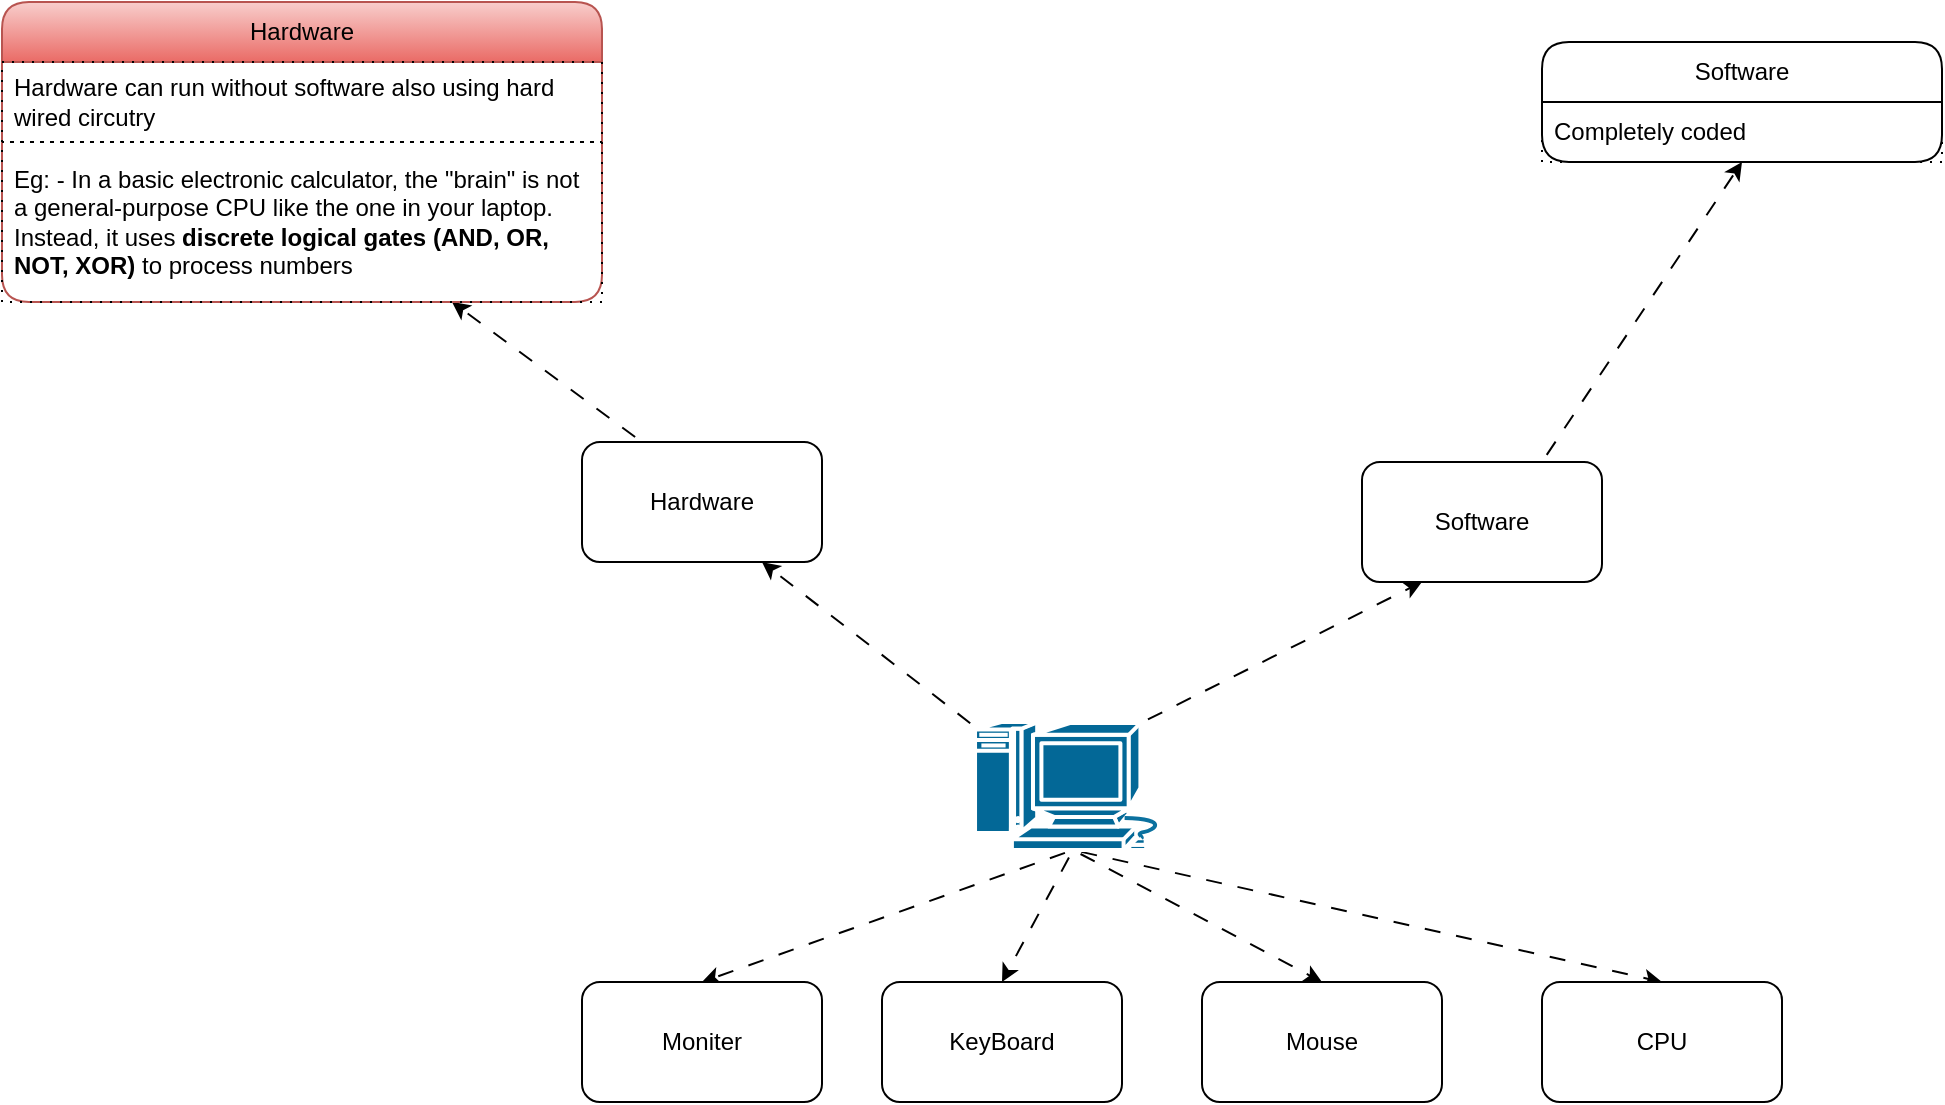
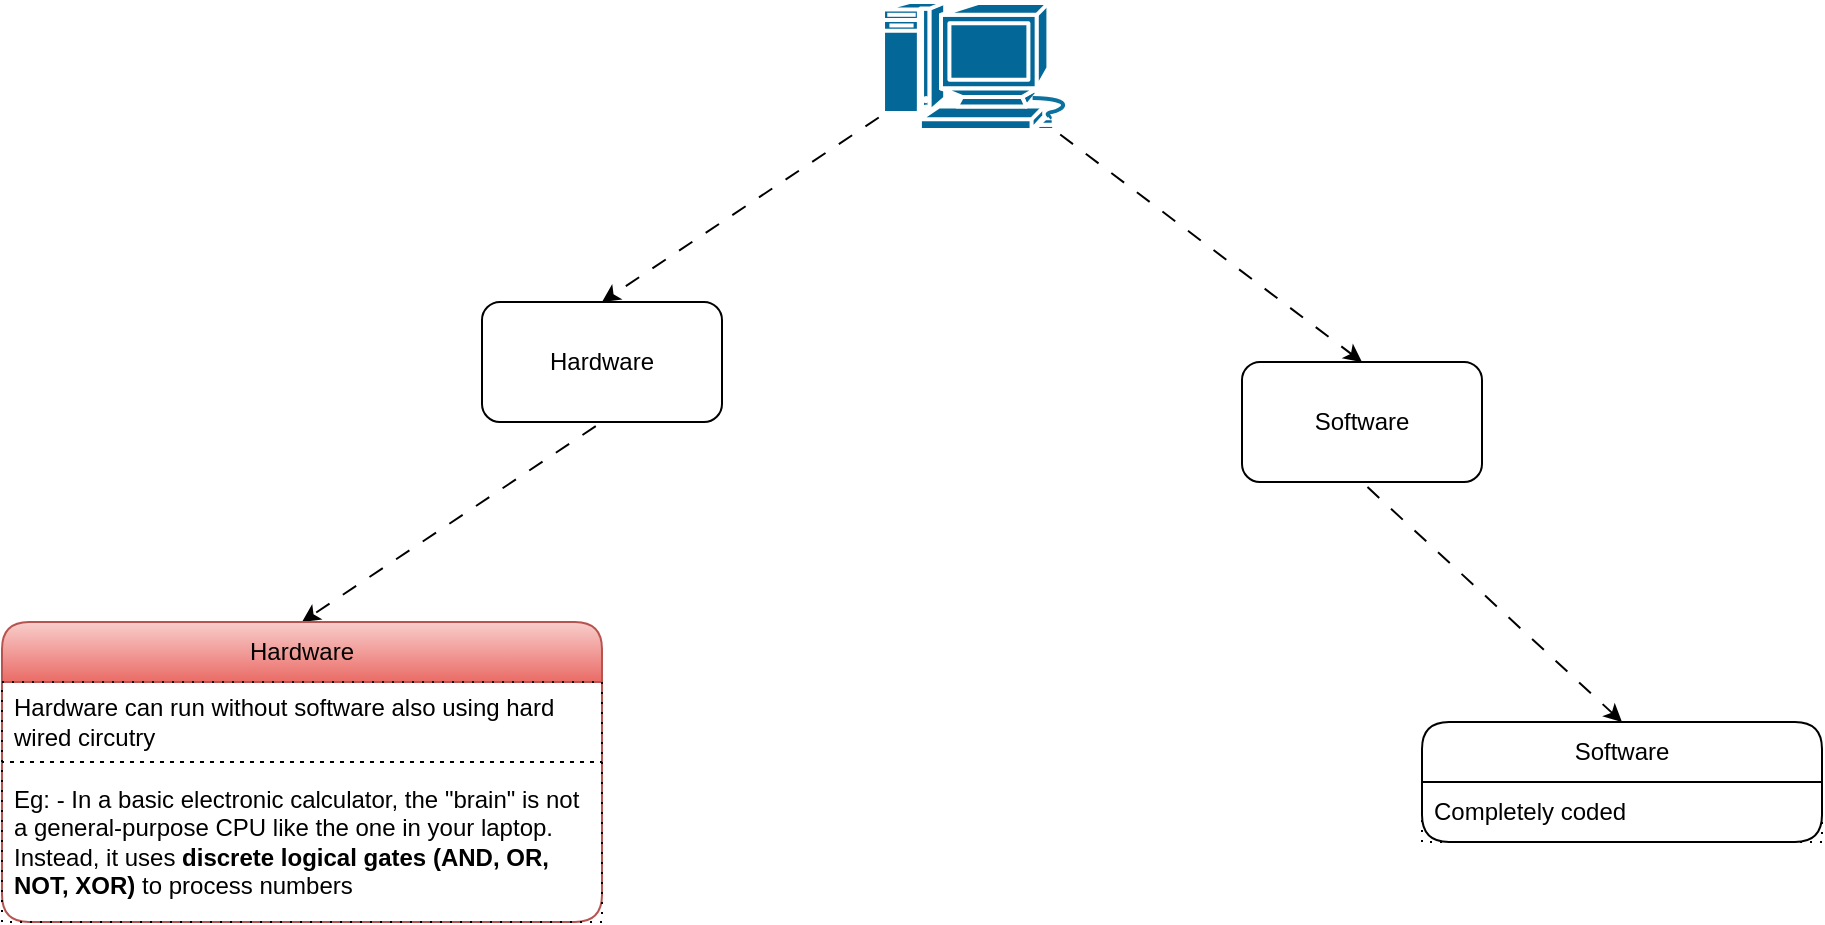
<mxfile host="65bd71144e">
    <diagram id="ct0dpXkGuODHKhltfRkP" name="Page-1">
-         <mxGraphModel dx="1791" dy="1762" grid="1" gridSize="10" guides="1" tooltips="1" connect="1" arrows="1" fold="1" page="1" pageScale="1" pageWidth="850" pageHeight="1100" math="0" shadow="0">
+         <mxGraphModel dx="1541" dy="1600" grid="1" gridSize="10" guides="1" tooltips="1" connect="1" arrows="1" fold="1" page="1" pageScale="1" pageWidth="850" pageHeight="1100" math="0" shadow="0">
            <root>
                <mxCell id="0"/>
                <mxCell id="1" parent="0"/>
-                 <mxCell id="3" style="edgeStyle=none;html=1;exitX=0.5;exitY=1;exitDx=0;exitDy=0;exitPerimeter=0;entryX=0.5;entryY=0;entryDx=0;entryDy=0;flowAnimation=1;" parent="1" source="2" target="4" edge="1">
-                     <mxGeometry relative="1" as="geometry">
-                         <mxPoint x="320" y="330" as="targetPoint"/>
-                     </mxGeometry>
-                 </mxCell>
-                 <mxCell id="6" style="edgeStyle=none;html=1;exitX=0.5;exitY=1;exitDx=0;exitDy=0;exitPerimeter=0;entryX=0.5;entryY=0;entryDx=0;entryDy=0;flowAnimation=1;" parent="1" source="2" target="5" edge="1">
-                     <mxGeometry relative="1" as="geometry"/>
-                 </mxCell>
-                 <mxCell id="8" style="edgeStyle=none;html=1;exitX=0.5;exitY=1;exitDx=0;exitDy=0;exitPerimeter=0;entryX=0.5;entryY=0;entryDx=0;entryDy=0;flowAnimation=1;" parent="1" source="2" target="7" edge="1">
-                     <mxGeometry relative="1" as="geometry"/>
-                 </mxCell>
-                 <mxCell id="9" style="edgeStyle=none;html=1;exitX=0.5;exitY=1;exitDx=0;exitDy=0;exitPerimeter=0;entryX=0.5;entryY=0;entryDx=0;entryDy=0;flowAnimation=1;" parent="1" source="2" target="10" edge="1">
-                     <mxGeometry relative="1" as="geometry">
-                         <mxPoint x="680" y="340" as="targetPoint"/>
-                     </mxGeometry>
-                 </mxCell>
-                 <mxCell id="11" style="edgeStyle=none;html=1;exitX=0.015;exitY=0.05;exitDx=0;exitDy=0;exitPerimeter=0;entryX=0.75;entryY=1;entryDx=0;entryDy=0;flowAnimation=1;" edge="1" parent="1" source="2" target="12">
+                 <mxCell id="11" style="edgeStyle=none;html=1;exitX=0.015;exitY=0.87;exitDx=0;exitDy=0;exitPerimeter=0;entryX=0.5;entryY=0;entryDx=0;entryDy=0;flowAnimation=1;" parent="1" source="2" target="12" edge="1">
                    <mxGeometry relative="1" as="geometry">
                        <mxPoint x="300" y="140" as="targetPoint"/>
                    </mxGeometry>
                </mxCell>
-                 <mxCell id="14" style="edgeStyle=none;html=1;exitX=0.84;exitY=0.01;exitDx=0;exitDy=0;exitPerimeter=0;entryX=0.25;entryY=1;entryDx=0;entryDy=0;flowAnimation=1;" edge="1" parent="1" source="2" target="13">
+                 <mxCell id="14" style="edgeStyle=none;html=1;exitX=0.87;exitY=1;exitDx=0;exitDy=0;exitPerimeter=0;entryX=0.5;entryY=0;entryDx=0;entryDy=0;flowAnimation=1;" parent="1" source="2" target="13" edge="1">
                    <mxGeometry relative="1" as="geometry"/>
                </mxCell>
                <mxCell id="2" value="" style="shape=mxgraph.cisco.computers_and_peripherals.macintosh;html=1;pointerEvents=1;dashed=0;fillColor=#036897;strokeColor=#ffffff;strokeWidth=2;verticalLabelPosition=bottom;verticalAlign=top;align=center;outlineConnect=0;" parent="1" vertex="1">
-                     <mxGeometry x="376" y="200" width="99" height="64" as="geometry"/>
+                     <mxGeometry x="370" y="-150" width="99" height="64" as="geometry"/>
                </mxCell>
-                 <mxCell id="4" value="Moniter" style="rounded=1;whiteSpace=wrap;html=1;" parent="1" vertex="1">
-                     <mxGeometry x="180" y="330" width="120" height="60" as="geometry"/>
-                 </mxCell>
-                 <mxCell id="5" value="KeyBoard" style="rounded=1;whiteSpace=wrap;html=1;" parent="1" vertex="1">
-                     <mxGeometry x="330" y="330" width="120" height="60" as="geometry"/>
-                 </mxCell>
-                 <mxCell id="7" value="Mouse" style="rounded=1;whiteSpace=wrap;html=1;" parent="1" vertex="1">
-                     <mxGeometry x="490" y="330" width="120" height="60" as="geometry"/>
-                 </mxCell>
-                 <mxCell id="10" value="CPU" style="rounded=1;whiteSpace=wrap;html=1;" parent="1" vertex="1">
-                     <mxGeometry x="660" y="330" width="120" height="60" as="geometry"/>
-                 </mxCell>
-                 <mxCell id="22" style="edgeStyle=none;html=1;exitX=0.25;exitY=0;exitDx=0;exitDy=0;entryX=0.75;entryY=1;entryDx=0;entryDy=0;flowAnimation=1;" edge="1" parent="1" source="12" target="20">
+                 <mxCell id="22" style="edgeStyle=none;html=1;exitX=0.5;exitY=1;exitDx=0;exitDy=0;entryX=0.5;entryY=0;entryDx=0;entryDy=0;flowAnimation=1;" parent="1" source="12" target="20" edge="1">
                    <mxGeometry relative="1" as="geometry">
                        <mxPoint x="170" y="-40" as="targetPoint"/>
                    </mxGeometry>
                </mxCell>
-                 <mxCell id="12" value="Hardware" style="rounded=1;whiteSpace=wrap;html=1;" vertex="1" parent="1">
-                     <mxGeometry x="180" y="60" width="120" height="60" as="geometry"/>
+                 <mxCell id="12" value="Hardware" style="rounded=1;whiteSpace=wrap;html=1;" parent="1" vertex="1">
+                     <mxGeometry x="170" width="120" height="60" as="geometry"/>
                </mxCell>
-                 <mxCell id="19" style="edgeStyle=none;html=1;exitX=0.75;exitY=0;exitDx=0;exitDy=0;entryX=0.5;entryY=1;entryDx=0;entryDy=0;flowAnimation=1;" edge="1" parent="1" source="13" target="15">
+                 <mxCell id="19" style="edgeStyle=none;html=1;exitX=0.5;exitY=1;exitDx=0;exitDy=0;entryX=0.5;entryY=0;entryDx=0;entryDy=0;flowAnimation=1;" parent="1" source="13" target="15" edge="1">
                    <mxGeometry relative="1" as="geometry"/>
                </mxCell>
-                 <mxCell id="13" value="Software" style="rounded=1;whiteSpace=wrap;html=1;" vertex="1" parent="1">
-                     <mxGeometry x="570" y="70" width="120" height="60" as="geometry"/>
+                 <mxCell id="13" value="Software" style="rounded=1;whiteSpace=wrap;html=1;" parent="1" vertex="1">
+                     <mxGeometry x="550" y="30" width="120" height="60" as="geometry"/>
                </mxCell>
-                 <mxCell id="15" value="Software" style="swimlane;fontStyle=0;childLayout=stackLayout;horizontal=1;startSize=30;horizontalStack=0;resizeParent=1;resizeParentMax=0;resizeLast=0;collapsible=1;marginBottom=0;whiteSpace=wrap;html=1;rounded=1;" vertex="1" parent="1">
-                     <mxGeometry x="660" y="-140" width="200" height="60" as="geometry">
+                 <mxCell id="15" value="Software" style="swimlane;fontStyle=0;childLayout=stackLayout;horizontal=1;startSize=30;horizontalStack=0;resizeParent=1;resizeParentMax=0;resizeLast=0;collapsible=1;marginBottom=0;whiteSpace=wrap;html=1;rounded=1;" parent="1" vertex="1">
+                     <mxGeometry x="640" y="210" width="200" height="60" as="geometry">
                        <mxRectangle x="720" y="-110" width="90" height="30" as="alternateBounds"/>
                    </mxGeometry>
                </mxCell>
-                 <mxCell id="16" value="Completely coded" style="text;strokeColor=default;fillColor=none;align=left;verticalAlign=middle;spacingLeft=4;spacingRight=4;overflow=hidden;points=[[0,0.5],[1,0.5]];portConstraint=eastwest;rotatable=0;whiteSpace=wrap;html=1;dashed=1;dashPattern=1 4;" vertex="1" parent="15">
+                 <mxCell id="16" value="Completely coded" style="text;strokeColor=default;fillColor=none;align=left;verticalAlign=middle;spacingLeft=4;spacingRight=4;overflow=hidden;points=[[0,0.5],[1,0.5]];portConstraint=eastwest;rotatable=0;whiteSpace=wrap;html=1;dashed=1;dashPattern=1 4;" parent="15" vertex="1">
                    <mxGeometry y="30" width="200" height="30" as="geometry"/>
                </mxCell>
-                 <mxCell id="20" value="Hardware" style="swimlane;fontStyle=0;childLayout=stackLayout;horizontal=1;startSize=30;horizontalStack=0;resizeParent=1;resizeParentMax=0;resizeLast=0;collapsible=1;marginBottom=0;whiteSpace=wrap;html=1;rounded=1;fillColor=#f8cecc;gradientColor=#ea6b66;strokeColor=#b85450;" vertex="1" parent="1">
-                     <mxGeometry x="-110" y="-160" width="300" height="150" as="geometry">
+                 <mxCell id="20" value="Hardware" style="swimlane;fontStyle=0;childLayout=stackLayout;horizontal=1;startSize=30;horizontalStack=0;resizeParent=1;resizeParentMax=0;resizeLast=0;collapsible=1;marginBottom=0;whiteSpace=wrap;html=1;rounded=1;fillColor=#f8cecc;gradientColor=#ea6b66;strokeColor=#b85450;" parent="1" vertex="1">
+                     <mxGeometry x="-70" y="160" width="300" height="150" as="geometry">
                        <mxRectangle x="-10" y="-130" width="90" height="30" as="alternateBounds"/>
                    </mxGeometry>
                </mxCell>
-                 <mxCell id="21" value="Hardware can run without software also using hard wired circutry" style="text;strokeColor=default;fillColor=none;align=left;verticalAlign=middle;spacingLeft=4;spacingRight=4;overflow=hidden;points=[[0,0.5],[1,0.5]];portConstraint=eastwest;rotatable=0;whiteSpace=wrap;html=1;dashed=1;dashPattern=1 4;" vertex="1" parent="20">
+                 <mxCell id="21" value="Hardware can run without software also using hard wired circutry" style="text;strokeColor=default;fillColor=none;align=left;verticalAlign=middle;spacingLeft=4;spacingRight=4;overflow=hidden;points=[[0,0.5],[1,0.5]];portConstraint=eastwest;rotatable=0;whiteSpace=wrap;html=1;dashed=1;dashPattern=1 4;" parent="20" vertex="1">
                    <mxGeometry y="30" width="300" height="40" as="geometry"/>
                </mxCell>
-                 <mxCell id="23" value="Eg: - In a basic electronic calculator, the &quot;brain&quot; is not a general-purpose CPU like the one in your laptop. &lt;span class=&quot;citation-53&quot;&gt;Instead, it uses &lt;/span&gt;&lt;b data-index-in-node=&quot;121&quot; data-path-to-node=&quot;4&quot;&gt;discrete &lt;span style=&quot;background-color: light-dark(rgb(255, 255, 255), rgb(255, 0, 255));&quot;&gt;logical gates&lt;/span&gt;&lt;/b&gt;&lt;span class=&quot;citation-53 citation-end-53&quot;&gt;&lt;span style=&quot;background-color: light-dark(#ffffff, var(--ge-dark-color, #121212));&quot;&gt; &lt;/span&gt;&lt;span style=&quot;background-color: light-dark(rgb(255, 255, 255), rgb(255, 0, 255));&quot;&gt;&lt;b&gt;(AND, OR, NOT, XOR)&lt;/b&gt;&lt;/span&gt;&lt;span style=&quot;background-color: light-dark(#ffffff, var(--ge-dark-color, #121212));&quot;&gt; to&lt;/span&gt; process numbers&lt;/span&gt;" style="text;strokeColor=default;fillColor=none;align=left;verticalAlign=middle;spacingLeft=4;spacingRight=4;overflow=hidden;points=[[0,0.5],[1,0.5]];portConstraint=eastwest;rotatable=0;whiteSpace=wrap;html=1;dashed=1;dashPattern=1 4;" vertex="1" parent="20">
+                 <mxCell id="23" value="Eg: - In a basic electronic calculator, the &quot;brain&quot; is not a general-purpose CPU like the one in your laptop. &lt;span class=&quot;citation-53&quot;&gt;Instead, it uses &lt;/span&gt;&lt;b data-index-in-node=&quot;121&quot; data-path-to-node=&quot;4&quot;&gt;discrete &lt;span style=&quot;background-color: light-dark(rgb(255, 255, 255), rgb(255, 0, 255));&quot;&gt;logical gates&lt;/span&gt;&lt;/b&gt;&lt;span class=&quot;citation-53 citation-end-53&quot;&gt;&lt;span style=&quot;background-color: light-dark(#ffffff, var(--ge-dark-color, #121212));&quot;&gt; &lt;/span&gt;&lt;span style=&quot;background-color: light-dark(rgb(255, 255, 255), rgb(255, 0, 255));&quot;&gt;&lt;b&gt;(AND, OR, NOT, XOR)&lt;/b&gt;&lt;/span&gt;&lt;span style=&quot;background-color: light-dark(#ffffff, var(--ge-dark-color, #121212));&quot;&gt; to&lt;/span&gt; process numbers&lt;/span&gt;" style="text;strokeColor=default;fillColor=none;align=left;verticalAlign=middle;spacingLeft=4;spacingRight=4;overflow=hidden;points=[[0,0.5],[1,0.5]];portConstraint=eastwest;rotatable=0;whiteSpace=wrap;html=1;dashed=1;dashPattern=1 4;" parent="20" vertex="1">
                    <mxGeometry y="70" width="300" height="80" as="geometry"/>
                </mxCell>
            </root>
        </mxGraphModel>
    </diagram>
</mxfile>